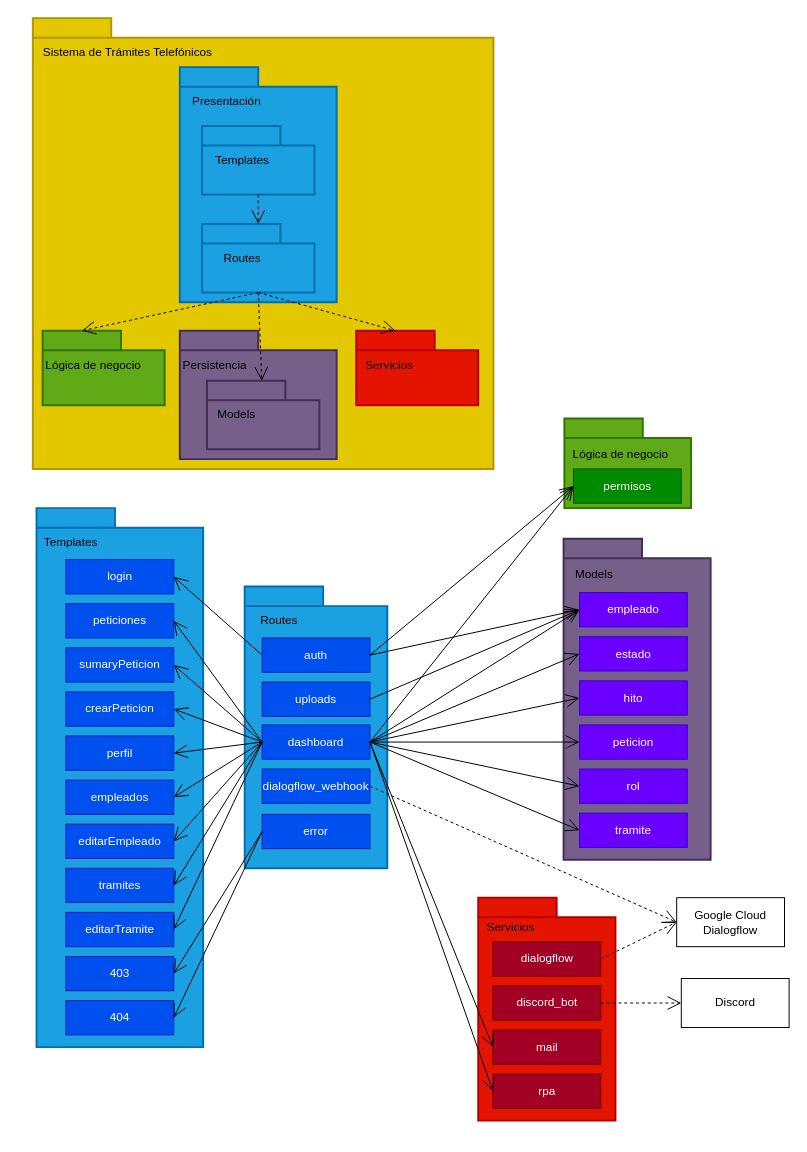
Earlier version of the draw.io diagram page "Decomposition & Uses Style" (4 of 17) of documents/img/diagramas/TFG.drawio (humaral/tfg). Source tidied: cells renumbered, new cells numbered last; positions are measured from the earlier drawing's top-left corner, leaving out a move shared by most shapes. Both pictures are drawn from the tidied source at 98%, with x=0, y=0 at pixel (17, 18).
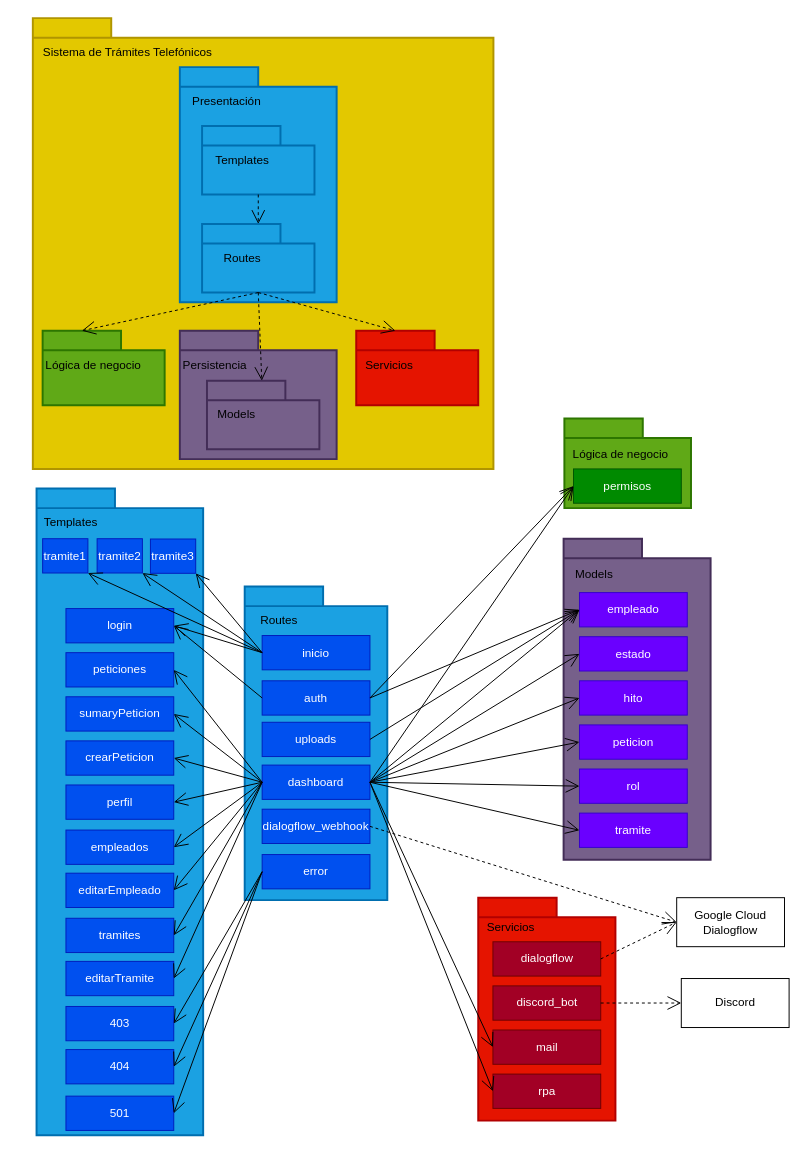
Above is the later version.

What changed in the source:
```diff
@@
     <mxCell id="18" style="shape=folder;tabWidth=80;tabHeight=20;tabPosition=left;strokeWidth=2;html=1;whiteSpace=wrap;align=center;fillColor=#1ba1e2;fontColor=#ffffff;strokeColor=#006EAF;" parent="1" vertex="1">
-      <mxGeometry x="19.8" y="500" width="170" height="550" as="geometry" />
+      <mxGeometry x="19.8" y="480" width="170" height="660" as="geometry" />
     </mxCell>
     <mxCell id="19" value="Templates" style="text;html=1;whiteSpace=wrap;strokeColor=none;fillColor=none;align=center;verticalAlign=middle;rounded=0;" parent="1" vertex="1">
-      <mxGeometry x="-0.2" y="520" width="110" height="30" as="geometry" />
+      <mxGeometry x="-0.2" y="500" width="110" height="30" as="geometry" />
     </mxCell>
     <mxCell id="20" value="crearPeticion" style="html=1;whiteSpace=wrap;fillColor=#0050ef;fontColor=#ffffff;strokeColor=#001DBC;" parent="1" vertex="1">
-      <mxGeometry x="49.8" y="687.5" width="110" height="35" as="geometry" />
+      <mxGeometry x="49.8" y="737.5" width="110" height="35" as="geometry" />
     </mxCell>
     <mxCell id="21" value="editarTramite" style="html=1;whiteSpace=wrap;fillColor=#0050ef;fontColor=#ffffff;strokeColor=#001DBC;" parent="1" vertex="1">
-      <mxGeometry x="49.8" y="912.5" width="110" height="35" as="geometry" />
+      <mxGeometry x="49.8" y="962.5" width="110" height="35" as="geometry" />
     </mxCell>
     <mxCell id="22" value="editarEmpleado" style="html=1;whiteSpace=wrap;fillColor=#0050ef;fontColor=#ffffff;strokeColor=#001DBC;" parent="1" vertex="1">
-      <mxGeometry x="49.8" y="822.5" width="110" height="35" as="geometry" />
+      <mxGeometry x="49.8" y="872.5" width="110" height="35" as="geometry" />
     </mxCell>
     <mxCell id="23" value="empleados" style="html=1;whiteSpace=wrap;fillColor=#0050ef;fontColor=#ffffff;strokeColor=#001DBC;" parent="1" vertex="1">
-      <mxGeometry x="49.8" y="777.5" width="110" height="35" as="geometry" />
+      <mxGeometry x="49.8" y="828.5" width="110" height="35" as="geometry" />
     </mxCell>
     <mxCell id="24" value="login" style="html=1;whiteSpace=wrap;fillColor=#0050ef;fontColor=#ffffff;strokeColor=#001DBC;" parent="1" vertex="1">
-      <mxGeometry x="49.8" y="552.5" width="110" height="35" as="geometry" />
+      <mxGeometry x="49.8" y="602.5" width="110" height="35" as="geometry" />
     </mxCell>
     <mxCell id="25" value="peticiones" style="html=1;whiteSpace=wrap;fillColor=#0050ef;fontColor=#ffffff;strokeColor=#001DBC;" parent="1" vertex="1">
-      <mxGeometry x="49.8" y="597.5" width="110" height="35" as="geometry" />
+      <mxGeometry x="49.8" y="647.5" width="110" height="35" as="geometry" />
     </mxCell>
     <mxCell id="26" value="perfil" style="html=1;whiteSpace=wrap;fillColor=#0050ef;fontColor=#ffffff;strokeColor=#001DBC;" parent="1" vertex="1">
-      <mxGeometry x="49.8" y="732.5" width="110" height="35" as="geometry" />
+      <mxGeometry x="49.8" y="782.5" width="110" height="35" as="geometry" />
     </mxCell>
     <mxCell id="27" value="tramites" style="html=1;whiteSpace=wrap;fillColor=#0050ef;fontColor=#ffffff;strokeColor=#001DBC;" parent="1" vertex="1">
-      <mxGeometry x="49.8" y="867.5" width="110" height="35" as="geometry" />
+      <mxGeometry x="49.8" y="918.5" width="110" height="35" as="geometry" />
     </mxCell>
     <mxCell id="28" value="sumaryPeticion" style="html=1;whiteSpace=wrap;fillColor=#0050ef;fontColor=#ffffff;strokeColor=#001DBC;" parent="1" vertex="1">
-      <mxGeometry x="49.8" y="642.5" width="110" height="35" as="geometry" />
+      <mxGeometry x="49.8" y="692.5" width="110" height="35" as="geometry" />
     </mxCell>
     <mxCell id="29" value="404" style="html=1;whiteSpace=wrap;fillColor=#0050ef;fontColor=#ffffff;strokeColor=#001DBC;" parent="1" vertex="1">
-      <mxGeometry x="49.8" y="1002.5" width="110" height="35" as="geometry" />
+      <mxGeometry x="49.8" y="1052.5" width="110" height="35" as="geometry" />
     </mxCell>
     <mxCell id="30" value="403" style="html=1;whiteSpace=wrap;fillColor=#0050ef;fontColor=#ffffff;strokeColor=#001DBC;" parent="1" vertex="1">
-      <mxGeometry x="49.8" y="957.5" width="110" height="35" as="geometry" />
+      <mxGeometry x="49.8" y="1008.5" width="110" height="35" as="geometry" />
     </mxCell>
     <mxCell id="31" style="shape=folder;tabWidth=80;tabHeight=20;tabPosition=left;strokeWidth=2;html=1;whiteSpace=wrap;align=center;fillColor=#1ba1e2;fontColor=#ffffff;strokeColor=#006EAF;" parent="1" vertex="1">
-      <mxGeometry x="232.2" y="580" width="145.5" height="287.5" as="geometry" />
+      <mxGeometry x="232.2" y="580" width="145.5" height="320" as="geometry" />
     </mxCell>
@@
     <mxCell id="33" value="auth" style="html=1;whiteSpace=wrap;fillColor=#0050ef;fontColor=#ffffff;strokeColor=#001DBC;" parent="1" vertex="1">
-      <mxGeometry x="250" y="632.5" width="110" height="35" as="geometry" />
+      <mxGeometry x="250" y="676.2" width="110" height="35" as="geometry" />
     </mxCell>
     <mxCell id="34" value="dashboard" style="html=1;whiteSpace=wrap;fillColor=#0050ef;fontColor=#ffffff;strokeColor=#001DBC;" parent="1" vertex="1">
-      <mxGeometry x="250" y="721.2" width="110" height="35" as="geometry" />
+      <mxGeometry x="250" y="762.2" width="110" height="35" as="geometry" />
     </mxCell>
     <mxCell id="35" value="dialogflow_webhook" style="html=1;whiteSpace=wrap;fillColor=#0050ef;fontColor=#ffffff;strokeColor=#001DBC;" parent="1" vertex="1">
-      <mxGeometry x="250" y="766.2" width="110" height="35" as="geometry" />
+      <mxGeometry x="250" y="807.2" width="110" height="35" as="geometry" />
     </mxCell>
     <mxCell id="36" value="error" style="html=1;whiteSpace=wrap;fillColor=#0050ef;fontColor=#ffffff;strokeColor=#001DBC;" parent="1" vertex="1">
-      <mxGeometry x="250" y="812.5" width="110" height="35" as="geometry" />
+      <mxGeometry x="250" y="853.5" width="110" height="35" as="geometry" />
     </mxCell>
     <mxCell id="37" value="uploads" style="html=1;whiteSpace=wrap;fillColor=#0050ef;fontColor=#ffffff;strokeColor=#001DBC;" parent="1" vertex="1">
-      <mxGeometry x="250" y="677.5" width="110" height="35" as="geometry" />
+      <mxGeometry x="250" y="718.5" width="110" height="35" as="geometry" />
     </mxCell>
@@
+    <mxCell id="87" value="501" style="html=1;whiteSpace=wrap;fillColor=#0050ef;fontColor=#ffffff;strokeColor=#001DBC;" parent="1" vertex="1">
+      <mxGeometry x="49.8" y="1100" width="110" height="35" as="geometry" />
+    </mxCell>
+    <mxCell id="88" style="endArrow=open;endFill=1;endSize=12;html=1;rounded=0;exitX=0;exitY=0.5;exitDx=0;exitDy=0;entryX=1;entryY=0.5;entryDx=0;entryDy=0;" parent="1" edge="1" source="36" target="87">
+      <mxGeometry relative="1" as="geometry" />
+    </mxCell>
+    <mxCell id="89" value="inicio" style="html=1;whiteSpace=wrap;fillColor=#0050ef;fontColor=#ffffff;strokeColor=#001DBC;" parent="1" vertex="1">
+      <mxGeometry x="250" y="630" width="110" height="35" as="geometry" />
+    </mxCell>
+    <mxCell id="90" value="tramite1" style="html=1;whiteSpace=wrap;fillColor=#0050ef;fontColor=#ffffff;strokeColor=#001DBC;" parent="1" vertex="1">
+      <mxGeometry x="26" y="531.2" width="46.2" height="35" as="geometry" />
+    </mxCell>
+    <mxCell id="91" value="tramite2" style="html=1;whiteSpace=wrap;fillColor=#0050ef;fontColor=#ffffff;strokeColor=#001DBC;" parent="1" vertex="1">
+      <mxGeometry x="81.6" y="531.2" width="46.2" height="35" as="geometry" />
+    </mxCell>
+    <mxCell id="92" value="tramite3" style="html=1;whiteSpace=wrap;fillColor=#0050ef;fontColor=#ffffff;strokeColor=#001DBC;" parent="1" vertex="1">
+      <mxGeometry x="136" y="531.5" width="46.2" height="35" as="geometry" />
+    </mxCell>
+    <mxCell id="93" style="endArrow=open;endFill=1;endSize=12;html=1;rounded=0;entryX=1;entryY=1;entryDx=0;entryDy=0;exitX=0;exitY=0.5;exitDx=0;exitDy=0;" parent="1" edge="1" source="89" target="90">
+      <mxGeometry relative="1" as="geometry" />
+    </mxCell>
+    <mxCell id="94" style="endArrow=open;endFill=1;endSize=12;html=1;rounded=0;entryX=1;entryY=1;entryDx=0;entryDy=0;exitX=0;exitY=0.5;exitDx=0;exitDy=0;" parent="1" edge="1" source="89" target="91">
+      <mxGeometry relative="1" as="geometry" />
+    </mxCell>
+    <mxCell id="95" style="endArrow=open;endFill=1;endSize=12;html=1;rounded=0;entryX=1;entryY=1;entryDx=0;entryDy=0;exitX=0;exitY=0.5;exitDx=0;exitDy=0;" parent="1" edge="1" source="89" target="92">
+      <mxGeometry relative="1" as="geometry" />
+    </mxCell>
+    <mxCell id="96" style="endArrow=open;endFill=1;endSize=12;html=1;rounded=0;entryX=1;entryY=0.5;entryDx=0;entryDy=0;exitX=0;exitY=0.5;exitDx=0;exitDy=0;" parent="1" edge="1" source="89" target="24">
+      <mxGeometry relative="1" as="geometry" />
+    </mxCell>
```
